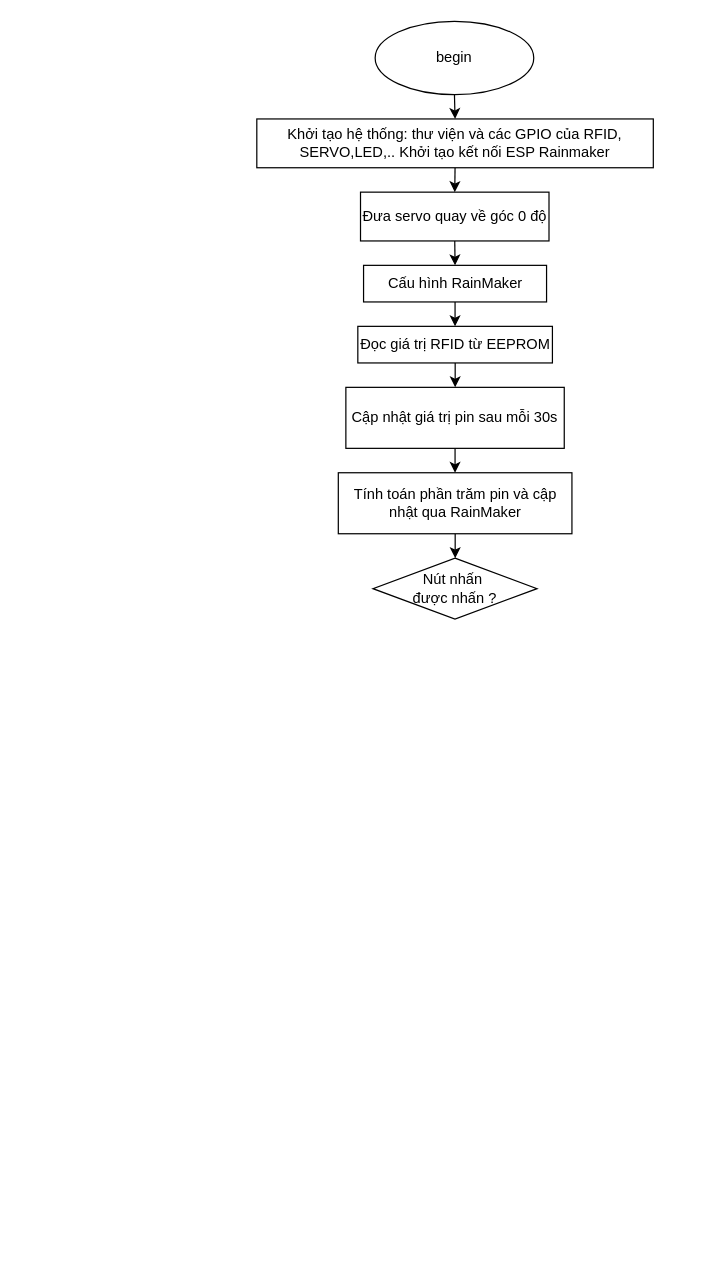
This is page "Khóa cửa thông minh" (2 of 3) of home.drawio from 106210049/Smart-home, a draw.io file, before an edit. Source tidied: cells renumbered, new cells numbered last; positions are measured from the earlier drawing's top-left corner, leaving out a move shared by most shapes. Both pictures are drawn from the tidied source at 122%, with x=0, y=0 at pixel (256, 21).
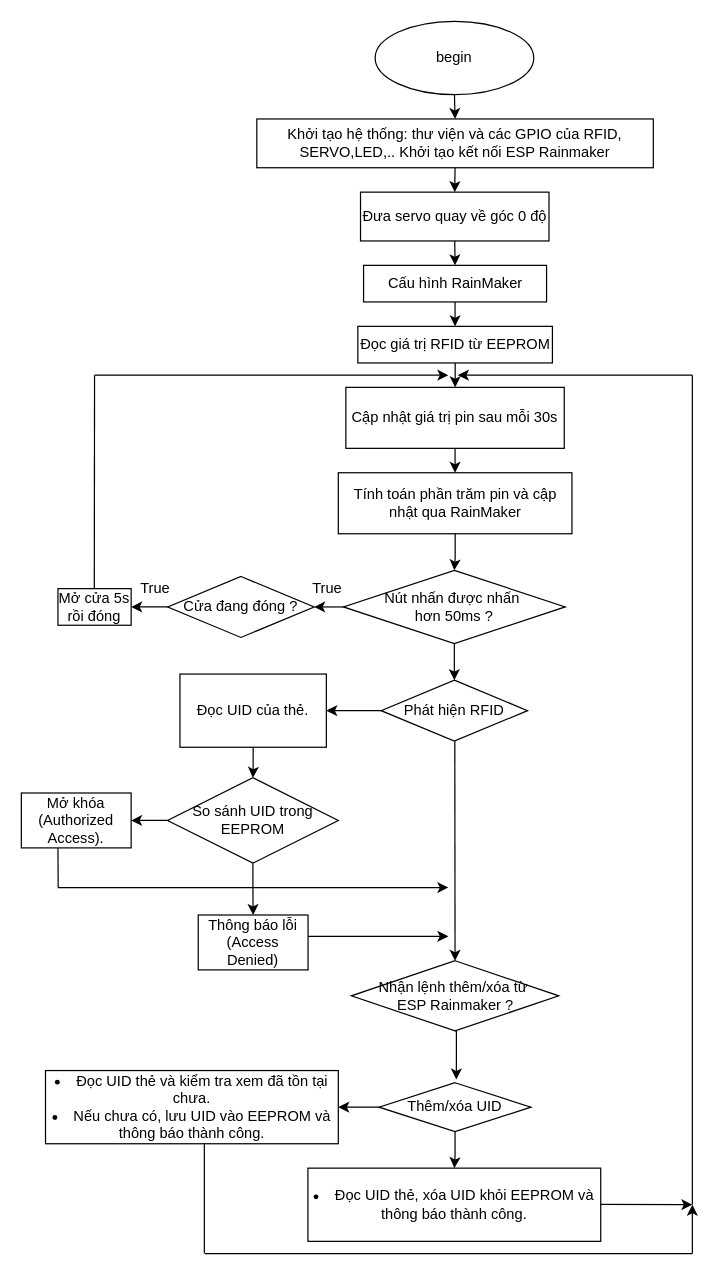
The same page after the edit.

What changed in the source:
```diff
@@
+    <mxCell id="17" style="edgeStyle=orthogonalEdgeStyle;rounded=0;jettySize=auto;html=1;exitX=0;exitY=0.5;exitDx=0;exitDy=0;entryX=1;entryY=0.5;entryDx=0;entryDy=0;" parent="1" edge="1" source="16" target="20">
+      <mxGeometry relative="1" as="geometry" />
+    </mxCell>
+    <mxCell id="18" style="edgeStyle=orthogonalEdgeStyle;rounded=0;jettySize=auto;html=1;" parent="1" edge="1" source="16" target="25">
+      <mxGeometry relative="1" as="geometry" />
+    </mxCell>
-    <mxCell id="16" value="Nút nhấn&amp;nbsp;&lt;div&gt;được nhấn ?&lt;/div&gt;" style="rhombus;whiteSpace=wrap;html=1;" parent="1" vertex="1">
-      <mxGeometry x="95.2" y="440" width="134.5" height="50" as="geometry" />
+    <mxCell id="16" value="Nút nhấn&amp;nbsp;&lt;span style=&quot;background-color: initial;&quot;&gt;được nhấn&amp;nbsp;&lt;/span&gt;&lt;div&gt;&lt;span style=&quot;background-color: initial;&quot;&gt;hơn 50ms ?&lt;/span&gt;&lt;/div&gt;" style="rhombus;whiteSpace=wrap;html=1;" parent="1" vertex="1">
+      <mxGeometry x="71" y="450" width="181.8" height="60" as="geometry" />
     </mxCell>
+    <mxCell id="19" style="edgeStyle=orthogonalEdgeStyle;rounded=0;jettySize=auto;html=1;" parent="1" edge="1" source="20" target="21">
+      <mxGeometry relative="1" as="geometry" />
+    </mxCell>
+    <mxCell id="20" value="Cửa đang đóng ?" style="rhombus;whiteSpace=wrap;html=1;" parent="1" vertex="1">
+      <mxGeometry x="-73" y="455" width="120" height="50" as="geometry" />
+    </mxCell>
+    <mxCell id="21" value="Mở cửa 5s rồi đóng" style="rounded=0;whiteSpace=wrap;html=1;" parent="1" vertex="1">
+      <mxGeometry x="-163" y="465" width="60" height="30" as="geometry" />
+    </mxCell>
+    <mxCell id="22" value="True" style="text;strokeColor=none;align=center;fillColor=none;html=1;verticalAlign=middle;whiteSpace=wrap;rounded=0;" parent="1" vertex="1">
+      <mxGeometry x="-113" y="455" width="60" height="20" as="geometry" />
+    </mxCell>
+    <mxCell id="23" value="True" style="text;strokeColor=none;align=center;fillColor=none;html=1;verticalAlign=middle;whiteSpace=wrap;rounded=0;" parent="1" vertex="1">
+      <mxGeometry x="27.5" y="455" width="60" height="20" as="geometry" />
+    </mxCell>
+    <mxCell id="24" style="edgeStyle=orthogonalEdgeStyle;rounded=0;jettySize=auto;html=1;" parent="1" edge="1" source="25" target="27">
+      <mxGeometry relative="1" as="geometry" />
+    </mxCell>
+    <mxCell id="25" value="Phát hiện RFID" style="rhombus;whiteSpace=wrap;html=1;" parent="1" vertex="1">
+      <mxGeometry x="101.9" y="540" width="120" height="50" as="geometry" />
+    </mxCell>
+    <mxCell id="26" style="edgeStyle=orthogonalEdgeStyle;rounded=0;jettySize=auto;html=1;" parent="1" edge="1" source="27" target="32">
+      <mxGeometry relative="1" as="geometry" />
+    </mxCell>
+    <mxCell id="27" value="Đọc UID của thẻ." style="rounded=0;whiteSpace=wrap;html=1;" parent="1" vertex="1">
+      <mxGeometry x="-63" y="535" width="120" height="60" as="geometry" />
+    </mxCell>
+    <mxCell id="28" style="endArrow=none;html=1;rounded=0;" parent="1" edge="1">
+      <mxGeometry relative="1" as="geometry">
+        <mxPoint x="-133.2" y="465" as="sourcePoint" />
+        <mxPoint x="-133" y="290" as="targetPoint" />
+      </mxGeometry>
+    </mxCell>
+    <mxCell id="29" style="endArrow=classic;html=1;rounded=0;" parent="1" edge="1">
+      <mxGeometry relative="1" as="geometry">
+        <mxPoint x="-133" y="290" as="sourcePoint" />
+        <mxPoint x="157" y="290" as="targetPoint" />
+      </mxGeometry>
+    </mxCell>
+    <mxCell id="30" style="edgeStyle=orthogonalEdgeStyle;rounded=0;jettySize=auto;html=1;" parent="1" edge="1" source="32" target="33">
+      <mxGeometry relative="1" as="geometry" />
+    </mxCell>
+    <mxCell id="31" style="edgeStyle=orthogonalEdgeStyle;rounded=0;jettySize=auto;html=1;" parent="1" edge="1" source="32" target="34">
+      <mxGeometry relative="1" as="geometry" />
+    </mxCell>
+    <mxCell id="32" value="So sánh UID trong EEPROM" style="rhombus;whiteSpace=wrap;html=1;" parent="1" vertex="1">
+      <mxGeometry x="-73.2" y="620" width="140" height="70" as="geometry" />
+    </mxCell>
+    <mxCell id="33" value="Mở khóa (Authorized Access)." style="rounded=0;whiteSpace=wrap;html=1;" parent="1" vertex="1">
+      <mxGeometry x="-193" y="632.5" width="90" height="45" as="geometry" />
+    </mxCell>
+    <mxCell id="34" value="Thông báo lỗi (Access Denied)" style="rounded=0;whiteSpace=wrap;html=1;" parent="1" vertex="1">
+      <mxGeometry x="-48" y="732.5" width="90" height="45" as="geometry" />
+    </mxCell>
+    <mxCell id="35" style="endArrow=none;html=1;rounded=0;" parent="1" edge="1">
+      <mxGeometry relative="1" as="geometry">
+        <mxPoint x="-162.8" y="710" as="sourcePoint" />
+        <mxPoint x="-163" y="677.5" as="targetPoint" />
+      </mxGeometry>
+    </mxCell>
+    <mxCell id="36" style="edgeStyle=orthogonalEdgeStyle;rounded=0;jettySize=auto;html=1;" parent="1" edge="1" source="38" target="39">
+      <mxGeometry relative="1" as="geometry" />
+    </mxCell>
+    <mxCell id="37" style="edgeStyle=orthogonalEdgeStyle;rounded=0;jettySize=auto;html=1;" parent="1" edge="1" source="38" target="40">
+      <mxGeometry relative="1" as="geometry" />
+    </mxCell>
+    <mxCell id="38" value="Thêm/xóa UID" style="rhombus;whiteSpace=wrap;html=1;" parent="1" vertex="1">
+      <mxGeometry x="100.2" y="870" width="124.5" height="40" as="geometry" />
+    </mxCell>
+    <mxCell id="39" value="&lt;li&gt;Đọc UID thẻ và kiểm tra xem đã tồn tại chưa.&lt;/li&gt;&lt;li&gt;Nếu chưa có, lưu UID vào EEPROM và thông báo thành công.&lt;/li&gt;" style="rounded=0;whiteSpace=wrap;html=1;" parent="1" vertex="1">
+      <mxGeometry x="-173.2" y="860" width="240" height="60" as="geometry" />
+    </mxCell>
+    <mxCell id="40" value="&lt;li&gt;Đọc UID thẻ, xóa UID khỏi EEPROM và thông báo thành công.&lt;/li&gt;" style="rounded=0;whiteSpace=wrap;html=1;" parent="1" vertex="1">
+      <mxGeometry x="41.9" y="940" width="240" height="60" as="geometry" />
+    </mxCell>
+    <mxCell id="41" style="endArrow=classic;html=1;rounded=0;" parent="1" edge="1">
+      <mxGeometry relative="1" as="geometry">
+        <mxPoint x="357" y="290" as="sourcePoint" />
+        <mxPoint x="164.8" y="290" as="targetPoint" />
+      </mxGeometry>
+    </mxCell>
+    <mxCell id="42" style="endArrow=classic;html=1;rounded=0;" parent="1" edge="1">
+      <mxGeometry relative="1" as="geometry">
+        <mxPoint x="281.9" y="969.7" as="sourcePoint" />
+        <mxPoint x="357" y="970" as="targetPoint" />
+      </mxGeometry>
+    </mxCell>
+    <mxCell id="43" style="endArrow=none;html=1;rounded=0;" parent="1" edge="1">
+      <mxGeometry relative="1" as="geometry">
+        <mxPoint x="-43" y="1010" as="sourcePoint" />
+        <mxPoint x="-43" y="920" as="targetPoint" />
+      </mxGeometry>
+    </mxCell>
+    <mxCell id="44" style="endArrow=none;html=1;rounded=0;" parent="1" edge="1">
+      <mxGeometry relative="1" as="geometry">
+        <mxPoint x="-42.5" y="1010" as="sourcePoint" />
+        <mxPoint x="357" y="1010" as="targetPoint" />
+      </mxGeometry>
+    </mxCell>
+    <mxCell id="45" style="endArrow=classic;html=1;rounded=0;" parent="1" edge="1">
+      <mxGeometry relative="1" as="geometry">
+        <mxPoint x="357" y="1010" as="sourcePoint" />
+        <mxPoint x="357" y="970" as="targetPoint" />
+      </mxGeometry>
+    </mxCell>
+    <mxCell id="46" value="Nhận lệnh thêm/xóa từ&amp;nbsp;&lt;div&gt;ESP Rainmaker ?&lt;/div&gt;" style="rhombus;whiteSpace=wrap;html=1;" parent="1" vertex="1">
+      <mxGeometry x="77.5" y="770" width="170" height="57.5" as="geometry" />
+    </mxCell>
+    <mxCell id="47" style="endArrow=classic;html=1;rounded=0;entryX=0.5;entryY=0;entryDx=0;entryDy=0;" parent="1" edge="1" target="46">
+      <mxGeometry relative="1" as="geometry">
+        <mxPoint x="162.3" y="590" as="sourcePoint" />
+      </mxGeometry>
+    </mxCell>
+    <mxCell id="48" style="endArrow=classic;html=1;rounded=0;" parent="1" edge="1">
+      <mxGeometry relative="1" as="geometry">
+        <mxPoint x="-163" y="710" as="sourcePoint" />
+        <mxPoint x="157" y="710" as="targetPoint" />
+      </mxGeometry>
+    </mxCell>
+    <mxCell id="49" style="edgeStyle=orthogonalEdgeStyle;rounded=0;jettySize=auto;html=1;exitX=0.5;exitY=1;exitDx=0;exitDy=0;entryX=0.509;entryY=-0.067;entryDx=0;entryDy=0;entryPerimeter=0;" parent="1" edge="1" source="46" target="38">
+      <mxGeometry relative="1" as="geometry" />
+    </mxCell>
+    <mxCell id="50" style="endArrow=classic;html=1;rounded=0;" parent="1" edge="1">
+      <mxGeometry relative="1" as="geometry">
+        <mxPoint x="42" y="750" as="sourcePoint" />
+        <mxPoint x="157" y="750" as="targetPoint" />
+      </mxGeometry>
+    </mxCell>
+    <mxCell id="51" style="endArrow=none;html=1;rounded=0;" parent="1" edge="1">
+      <mxGeometry relative="1" as="geometry">
+        <mxPoint x="357" y="970" as="sourcePoint" />
+        <mxPoint x="357" y="290" as="targetPoint" />
+      </mxGeometry>
+    </mxCell>
```
